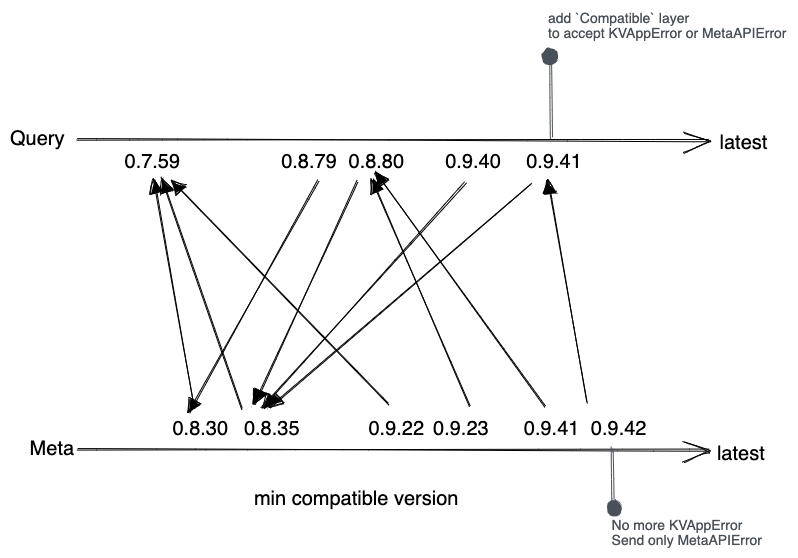
databendlabs/databend keeps this Excalidraw diagram as docs/public/img/deploy/compatibility.excalidraw.png. Above is the earlier version. Source tidied: one line per element, renumbered; positions are measured from the earlier drawing's top-left corner, leaving out a move shared by most shapes.
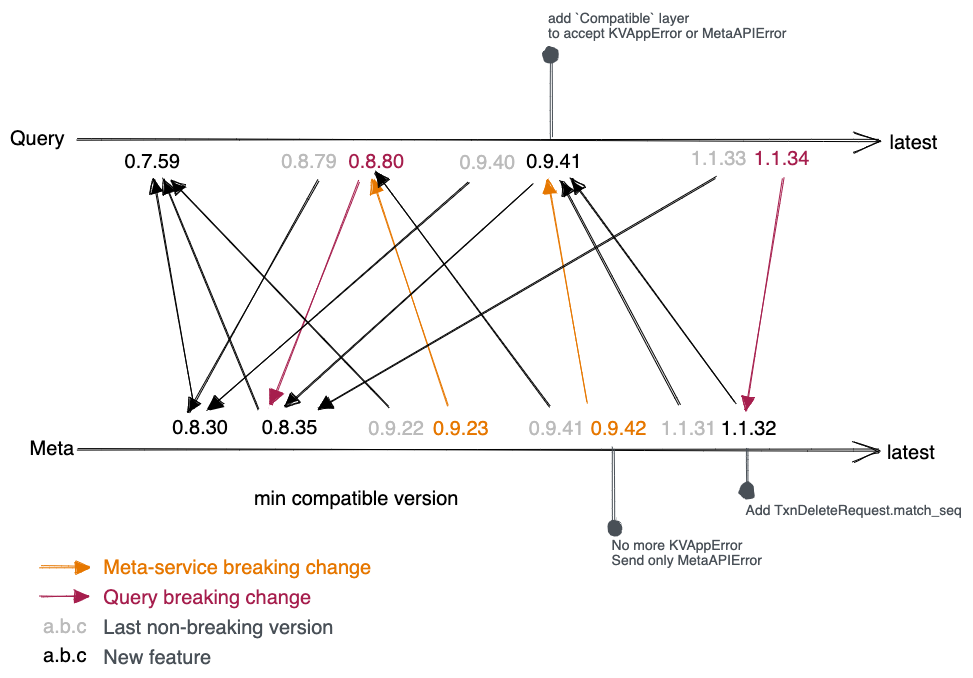
Later version of the same file.

Commit message:
feat(schema-api): truncate_file: delete copied file in small chunks

Change to the diagram source:
```diff
@@ -1,32 +1,50 @@
-{"id": 0, "type": "arrow", "strokeColor": "#000000", "angle": 1.57, "strokeWidth": 1, "roughness": 1, "endArrowhead": "arrow", "from": 3, "to": 12, "x": 384, "y": 632, "width": 0, "height": 632, "points": [[0, 0], [0, -632]]}
+{"id": 0, "type": "arrow", "strokeColor": "#000000", "angle": 1.57, "strokeWidth": 1, "roughness": 1, "endArrowhead": "arrow", "from": 3, "to": 12, "x": 469, "y": 717, "width": 0, "height": 802, "points": [[0, 0], [0, -802]]}
-{"id": 1, "type": "arrow", "strokeColor": "#000000", "angle": 1.57, "strokeWidth": 1, "roughness": 1, "endArrowhead": "arrow", "from": 2, "to": 11, "x": 384, "y": 942, "width": 0, "height": 632, "points": [[0, 0], [0, -632]]}
+{"id": 1, "type": "arrow", "strokeColor": "#000000", "angle": 1.57, "strokeWidth": 1, "roughness": 1, "endArrowhead": "arrow", "from": 2, "to": 11, "x": 469, "y": 1027, "width": 0, "height": 802, "points": [[0, 0], [0, -802]]}
 {"id": 2, "type": "text", "text": "Meta", "strokeColor": "#000000", "strokeWidth": 1, "roughness": 1, "fontSize": 20, "fontFamily": 2, "x": 20, "y": 611, "width": 46, "height": 23}
 {"id": 3, "type": "text", "text": "Query", "strokeColor": "#000000", "strokeWidth": 1, "roughness": 1, "fontSize": 20, "fontFamily": 2, "x": 0, "y": 302, "width": 56, "height": 23}
-{"id": 4, "type": "text", "text": "0.7.59", "strokeColor": "#000000", "strokeWidth": 1, "roughness": 1, "fontSize": 20, "fontFamily": 2, "x": 115, "y": 325, "width": 58, "height": 23}
+{"id": 4, "type": "text", "text": "0.7.59", "strokeColor": "#000000", "strokeWidth": 1, "roughness": 1, "fontSize": 20, "fontFamily": 2, "x": 115, "y": 324, "width": 58, "height": 23}
 {"id": 5, "type": "text", "text": "0.8.30", "strokeColor": "#000000", "strokeWidth": 1, "roughness": 1, "fontSize": 20, "fontFamily": 2, "x": 162, "y": 591, "width": 58, "height": 23}
-{"id": 6, "type": "text", "text": "0.8.35", "strokeColor": "#000000", "strokeWidth": 1, "roughness": 1, "fontSize": 20, "fontFamily": 2, "x": 234, "y": 591, "width": 58, "height": 23}
+{"id": 6, "type": "text", "text": "0.8.35", "strokeColor": "#000000", "strokeWidth": 1, "roughness": 1, "fontSize": 20, "fontFamily": 2, "x": 252, "y": 591, "width": 58, "height": 23}
-{"id": 7, "type": "text", "text": "0.8.79", "strokeColor": "#000000", "strokeWidth": 1, "roughness": 1, "fontSize": 20, "fontFamily": 2, "x": 271, "y": 325, "width": 58, "height": 23}
+{"id": 7, "type": "text", "text": "0.8.79", "strokeColor": "#bbb", "strokeWidth": 1, "roughness": 1, "fontSize": 20, "fontFamily": 2, "x": 271, "y": 324, "width": 58, "height": 23}
-{"id": 8, "type": "text", "text": "0.8.80", "strokeColor": "#000000", "strokeWidth": 1, "roughness": 1, "fontSize": 20, "fontFamily": 2, "x": 339, "y": 325, "width": 58, "height": 23}
+{"id": 8, "type": "text", "text": "0.8.80", "strokeColor": "#a61e4d", "strokeWidth": 1, "roughness": 1, "fontSize": 20, "fontFamily": 2, "x": 339, "y": 324, "width": 58, "height": 23}
-{"id": 9, "type": "text", "text": "0.9.41", "strokeColor": "#000000", "strokeWidth": 1, "roughness": 1, "fontSize": 20, "fontFamily": 2, "x": 516, "y": 325, "width": 58, "height": 23}
+{"id": 9, "type": "text", "text": "0.9.41", "strokeColor": "#000000", "strokeWidth": 1, "roughness": 1, "fontSize": 20, "fontFamily": 2, "x": 516, "y": 324, "width": 58, "height": 23}
-{"id": 10, "type": "text", "text": "0.9.40", "strokeColor": "#000000", "strokeWidth": 1, "roughness": 1, "fontSize": 20, "fontFamily": 2, "x": 435, "y": 325, "width": 58, "height": 23}
-{"id": 11, "type": "text", "text": "latest", "strokeColor": "#000000", "strokeWidth": 1, "roughness": 1, "fontSize": 20, "fontFamily": 2, "x": 707, "y": 616, "width": 50, "height": 23}
+{"id": 11, "type": "text", "text": "latest", "strokeColor": "#000000", "strokeWidth": 1, "roughness": 1, "fontSize": 20, "fontFamily": 2, "x": 877, "y": 616, "width": 50, "height": 23}
-{"id": 12, "type": "text", "text": "latest", "strokeColor": "#000000", "strokeWidth": 1, "roughness": 1, "fontSize": 20, "fontFamily": 2, "x": 710, "y": 306, "width": 50, "height": 23}
+{"id": 12, "type": "text", "text": "latest", "strokeColor": "#000000", "strokeWidth": 1, "roughness": 1, "fontSize": 20, "fontFamily": 2, "x": 880, "y": 306, "width": 50, "height": 23}
 {"id": 13, "type": "arrow", "strokeColor": "#000000", "angle": 1.57, "strokeWidth": 1, "roughness": 1, "endArrowhead": "triangle", "from": 5, "to": 4, "x": 278, "y": 448, "width": 228, "height": 41, "points": [[0, 0], [-228, 41]]}
 {"id": 14, "type": "arrow", "strokeColor": "#000000", "angle": 1.57, "strokeWidth": 1, "roughness": 1, "endArrowhead": "triangle", "from": 7, "to": 5, "x": 128, "y": 408, "width": 233, "height": 128, "points": [[0, 0], [233, 128]]}
-{"id": 15, "type": "arrow", "strokeColor": "#000000", "angle": 1.57, "strokeWidth": 1, "roughness": 1, "endArrowhead": "triangle", "from": 18, "to": 8, "x": 523, "y": 419, "width": 226, "height": 98, "points": [[0, 0], [-226, 98]]}
+{"id": 15, "type": "arrow", "strokeColor": "#e67700", "angle": 1.57, "strokeWidth": 1, "roughness": 1, "endArrowhead": "triangle", "from": 18, "to": 8, "x": 513, "y": 430, "width": 225, "height": 75, "points": [[0, 0], [-225, 75]]}
-{"id": 16, "type": "arrow", "strokeColor": "#000000", "angle": 1.57, "strokeWidth": 1, "roughness": 1, "endArrowhead": "triangle", "from": 8, "to": 6, "x": 184, "y": 417, "width": 224, "height": 103, "points": [[0, 0], [224, 103]]}
+{"id": 16, "type": "arrow", "strokeColor": "#a61e4d", "angle": 1.57, "strokeWidth": 1, "roughness": 1, "endArrowhead": "triangle", "from": 8, "to": 6, "x": 193, "y": 424, "width": 225, "height": 88, "points": [[0, 0], [225, 88]]}
-{"id": 17, "type": "arrow", "strokeColor": "#000000", "angle": 1.57, "strokeWidth": 1, "roughness": 1, "endArrowhead": "triangle", "from": 6, "to": 4, "x": 308, "y": 428, "width": 232, "height": 81, "points": [[0, 0], [-232, 81]]}
+{"id": 17, "type": "arrow", "strokeColor": "#000000", "angle": 1.57, "strokeWidth": 1, "roughness": 1, "endArrowhead": "triangle", "from": 6, "to": 4, "x": 317, "y": 421, "width": 232, "height": 96, "points": [[0, 0], [-232, 96]]}
-{"id": 18, "type": "text", "text": "0.9.23", "strokeColor": "#000000", "strokeWidth": 1, "roughness": 1, "fontSize": 20, "fontFamily": 2, "x": 423, "y": 591, "width": 58, "height": 23}
+{"id": 18, "type": "text", "text": "0.9.23", "strokeColor": "#e67700", "strokeWidth": 1, "roughness": 1, "fontSize": 20, "fontFamily": 2, "x": 423, "y": 591, "width": 58, "height": 23}
-{"id": 19, "type": "text", "text": "0.9.41", "strokeColor": "#000000", "strokeWidth": 1, "roughness": 1, "fontSize": 20, "fontFamily": 2, "x": 514, "y": 591, "width": 58, "height": 23}
+{"id": 19, "type": "text", "text": "0.9.41", "strokeColor": "#bbb", "strokeWidth": 1, "roughness": 1, "fontSize": 20, "fontFamily": 2, "x": 519, "y": 591, "width": 58, "height": 23}
-{"id": 20, "type": "text", "text": "0.9.42", "strokeColor": "#000000", "strokeWidth": 1, "roughness": 1, "fontSize": 20, "fontFamily": 2, "x": 581, "y": 591, "width": 58, "height": 23}
+{"id": 20, "type": "text", "text": "0.9.42", "strokeColor": "#e67700", "strokeWidth": 1, "roughness": 1, "fontSize": 20, "fontFamily": 2, "x": 581, "y": 591, "width": 58, "height": 23}
+{"id": 32, "type": "text", "text": "1.1.32", "strokeColor": "#000000", "strokeWidth": 1, "roughness": 1, "fontSize": 20, "fontFamily": 2, "x": 711, "y": 591, "width": 58, "height": 23}
+{"id": 33, "type": "text", "text": "1.1.31", "strokeColor": "#bbb", "strokeWidth": 1, "roughness": 1, "fontSize": 20, "fontFamily": 2, "x": 651, "y": 591, "width": 58, "height": 23}
+{"id": 34, "type": "text", "text": "1.1.34", "strokeColor": "#a61e4d", "strokeWidth": 1, "roughness": 1, "fontSize": 20, "fontFamily": 2, "x": 744, "y": 321, "width": 58, "height": 23}
+{"id": 35, "type": "text", "text": "1.1.33", "strokeColor": "#bbb", "strokeWidth": 1, "roughness": 1, "fontSize": 20, "fontFamily": 2, "x": 681, "y": 321, "width": 58, "height": 23}
-{"id": 21, "type": "text", "text": "0.9.22", "strokeColor": "#000000", "strokeWidth": 1, "roughness": 1, "fontSize": 20, "fontFamily": 2, "x": 358, "y": 591, "width": 58, "height": 23}
+{"id": 21, "type": "text", "text": "0.9.22", "strokeColor": "#bbb", "strokeWidth": 1, "roughness": 1, "fontSize": 20, "fontFamily": 2, "x": 358, "y": 591, "width": 58, "height": 23}
-{"id": 22, "type": "arrow", "strokeColor": "#000000", "angle": 1.57, "strokeWidth": 1, "roughness": 1, "endArrowhead": "triangle", "from": 21, "to": 4, "x": 381, "y": 360, "width": 222, "height": 216, "points": [[0, 0], [-222, 216]]}
+{"id": 22, "type": "arrow", "strokeColor": "#000000", "angle": 1.57, "strokeWidth": 1, "roughness": 1, "endArrowhead": "triangle", "from": 21, "to": 4, "x": 383, "y": 361, "width": 225, "height": 216, "points": [[0, 0], [-225, 216]]}
-{"id": 23, "type": "arrow", "strokeColor": "#000000", "angle": 1.57, "strokeWidth": 1, "roughness": 1, "endArrowhead": "triangle", "from": 9, "to": 6, "x": 279, "y": 342, "width": 224, "height": 261, "points": [[0, 0], [224, 261]]}
+{"id": 23, "type": "arrow", "strokeColor": "#000000", "angle": 1.57, "strokeWidth": 1, "roughness": 1, "endArrowhead": "triangle", "from": 10, "to": 6, "x": 288, "y": 349, "width": 223, "height": 246, "points": [[0, 0], [223, 246]]}
-{"id": 24, "type": "arrow", "strokeColor": "#000000", "angle": 1.57, "strokeWidth": 1, "roughness": 1, "endArrowhead": "triangle", "from": 10, "to": 6, "x": 241, "y": 369, "width": 225, "height": 205, "points": [[0, 0], [225, 205]]}
-{"id": 25, "type": "arrow", "strokeColor": "#000000", "angle": 1.57, "strokeWidth": 1, "roughness": 1, "endArrowhead": "triangle", "from": 20, "to": 9, "x": 669, "y": 447, "width": 223, "height": 40, "points": [[0, 0], [-223, 40]]}
+{"id": 25, "type": "arrow", "strokeColor": "#e67700", "angle": 1.57, "strokeWidth": 1, "roughness": 1, "endArrowhead": "triangle", "from": 20, "to": 9, "x": 669, "y": 447, "width": 223, "height": 40, "points": [[0, 0], [-223, 40]]}
-{"id": 26, "type": "arrow", "strokeColor": "#000000", "angle": 1.57, "strokeWidth": 1, "roughness": 1, "endArrowhead": "triangle", "from": 19, "to": 8, "x": 568, "y": 380, "width": 233, "height": 170, "points": [[0, 0], [-233, 170]]}
+{"id": 26, "type": "arrow", "strokeColor": "#000000", "angle": 1.57, "strokeWidth": 1, "roughness": 1, "endArrowhead": "triangle", "from": 19, "to": 8, "x": 570, "y": 378, "width": 233, "height": 174, "points": [[0, 0], [-233, 174]]}
 {"id": 27, "type": "text", "text": "min compatible version", "strokeColor": "#000000", "strokeWidth": 1, "roughness": 1, "fontSize": 20, "fontFamily": 2, "x": 244, "y": 662, "width": 207, "height": 23}
-{"id": 28, "type": "text", "text": "add `Compatible` layer\nto accept KVAppError or MetaAPIError", "strokeColor": "#495057", "strokeWidth": 1, "roughness": 1, "fontSize": 13.94, "fontFamily": 2, "x": 538, "y": 186, "width": 240, "height": 32}
+{"id": 28, "type": "text", "text": "add `Compatible` layer\nto accept KVAppError or MetaAPIError", "strokeColor": "#495057", "strokeWidth": 1, "roughness": 1, "fontSize": 13.94, "fontFamily": 2, "x": 538, "y": 186, "width": 240, "height": 31}
-{"id": 29, "type": "arrow", "strokeColor": "#495057", "angle": 1.57, "strokeWidth": 1, "roughness": 1, "endArrowhead": "dot", "from": 9, "to": 28, "x": 582, "y": 273, "width": 82, "height": 0, "points": [[0, 0], [-82, 0]]}
+{"id": 29, "type": "arrow", "strokeColor": "#495057", "angle": 1.57, "strokeWidth": 1, "roughness": 1, "endArrowhead": "dot", "from": 9, "to": 28, "x": 583, "y": 272, "width": 84, "height": 1, "points": [[0, 0], [-84, -1]]}
-{"id": 30, "type": "arrow", "strokeColor": "#495057", "strokeWidth": 1, "roughness": 1, "endArrowhead": "dot", "from": 20, "to": 31, "x": 602, "y": 623, "width": 1, "height": 60, "points": [[0, 0], [1, 60]]}
+{"id": 30, "type": "arrow", "strokeColor": "#495057", "strokeWidth": 1, "roughness": 1, "endArrowhead": "dot", "from": 20, "to": 31, "x": 603, "y": 623, "width": 1, "height": 80, "points": [[0, 0], [1, 80]]}
+{"id": 36, "type": "arrow", "strokeColor": "#495057", "strokeWidth": 1, "roughness": 1, "endArrowhead": "dot", "from": 32, "to": 37, "x": 738, "y": 623, "width": 1, "height": 45, "points": [[0, 0], [1, 45]]}
-{"id": 31, "type": "text", "text": "No more KVAppError\nSend only MetaAPIError", "strokeColor": "#495057", "strokeWidth": 1, "roughness": 1, "fontSize": 13.94, "fontFamily": 2, "x": 602, "y": 693, "width": 152, "height": 31}
+{"id": 31, "type": "text", "text": "No more KVAppError\nSend only MetaAPIError", "strokeColor": "#495057", "strokeWidth": 1, "roughness": 1, "fontSize": 13.94, "fontFamily": 2, "x": 602, "y": 713, "width": 152, "height": 31}
+{"id": 37, "type": "text", "text": "Add TxnDeleteRequest.match_seq", "strokeColor": "#495057", "strokeWidth": 1, "roughness": 1, "fontSize": 13.94, "fontFamily": 2, "x": 736, "y": 678, "width": 218, "height": 16}
+{"id": 38, "type": "arrow", "strokeColor": "#a61e4d", "strokeWidth": 1, "roughness": 1, "endArrowhead": "triangle", "from": 34, "to": 32, "x": 773, "y": 354, "width": 36, "height": 231, "points": [[0, 0], [-36, 231]]}
+{"id": 39, "type": "arrow", "strokeColor": "#000000", "strokeWidth": 1, "roughness": 1, "endArrowhead": "triangle", "from": 35, "to": 6, "x": 706, "y": 353, "width": 397, "height": 232, "points": [[0, 0], [-397, 232]]}
+{"id": 40, "type": "arrow", "strokeColor": "#000000", "strokeWidth": 1, "roughness": 1, "endArrowhead": "triangle", "from": 32, "to": 9, "x": 726, "y": 579, "width": 165, "height": 225, "points": [[0, 0], [-165, -225]]}
+{"id": 41, "type": "arrow", "strokeColor": "#e67700", "strokeWidth": 1, "roughness": 1, "endArrowhead": "triangle", "to": 43, "x": 31, "y": 742, "width": 48, "height": 0, "points": [[0, 0], [48, 0]]}
+{"id": 42, "type": "arrow", "strokeColor": "#a61e4d", "strokeWidth": 1, "roughness": 1, "endArrowhead": "triangle", "to": 44, "x": 31, "y": 772, "width": 48, "height": 0, "points": [[0, 0], [48, 0]]}
+{"id": 43, "type": "text", "text": "Meta-service breaking change", "strokeColor": "#e67700", "strokeWidth": 1, "roughness": 1, "fontSize": 20, "fontFamily": 2, "x": 93, "y": 731, "width": 270, "height": 23}
+{"id": 44, "type": "text", "text": "Query breaking change", "strokeColor": "#a61e4d", "strokeWidth": 1, "roughness": 1, "fontSize": 20, "fontFamily": 2, "x": 93, "y": 761, "width": 210, "height": 23}
+{"id": 45, "type": "text", "text": "Last non-breaking version", "strokeColor": "#495057", "strokeWidth": 1, "roughness": 1, "fontSize": 20, "fontFamily": 2, "x": 93, "y": 791, "width": 232, "height": 23}
+{"id": 46, "type": "text", "text": "New feature", "strokeColor": "#495057", "strokeWidth": 1, "roughness": 1, "fontSize": 20, "fontFamily": 2, "x": 93, "y": 821, "width": 110, "height": 23}
+{"id": 47, "type": "text", "text": "a.b.c", "strokeColor": "#bbb", "strokeWidth": 1, "roughness": 1, "fontSize": 20, "fontFamily": 2, "x": 33, "y": 789, "width": 45, "height": 23}
+{"id": 48, "type": "text", "text": "a.b.c", "strokeColor": "#000000", "strokeWidth": 1, "roughness": 1, "fontSize": 20, "fontFamily": 2, "x": 33, "y": 819, "width": 45, "height": 23}
+{"id": 10, "type": "text", "text": "0.9.40", "strokeColor": "#bbb", "strokeWidth": 1, "roughness": 1, "fontSize": 20, "fontFamily": 2, "x": 450, "y": 326, "width": 58, "height": 23}
+{"id": 49, "type": "arrow", "strokeColor": "#000000", "backgroundColor": "#ced4da", "fillStyle": "hachure", "strokeWidth": 1, "roughness": 1, "endArrowhead": "triangle", "from": 10, "to": 5, "x": 459, "y": 357, "width": 262, "height": 228, "points": [[0, 0], [-262, 228]]}
+{"id": 50, "type": "arrow", "strokeColor": "#000000", "backgroundColor": "#ced4da", "fillStyle": "hachure", "strokeWidth": 1, "roughness": 1, "endArrowhead": "triangle", "from": 33, "to": 9, "x": 669, "y": 580, "width": 119, "height": 224, "points": [[0, 0], [-119, -224]]}
```
